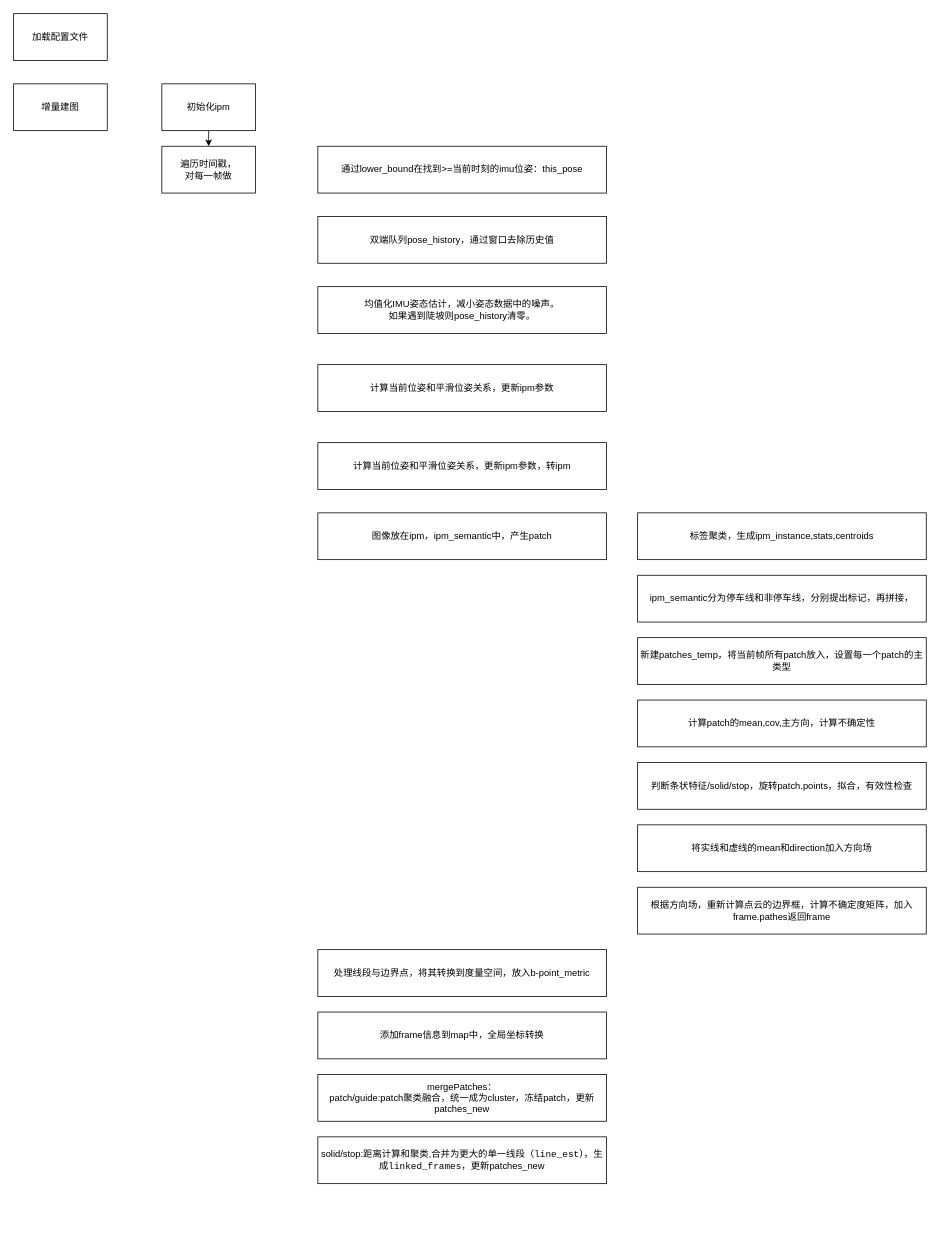
countsp/RoadLib keeps this draw.io diagram as flowchart.drawio. Above is the earlier version. Source tidied: cells renumbered, new cells numbered last; positions are measured from the earlier drawing's top-left corner, leaving out a move shared by most shapes. Both pictures are drawn from the tidied source at 78%, with x=0, y=0 at pixel (13, 13).
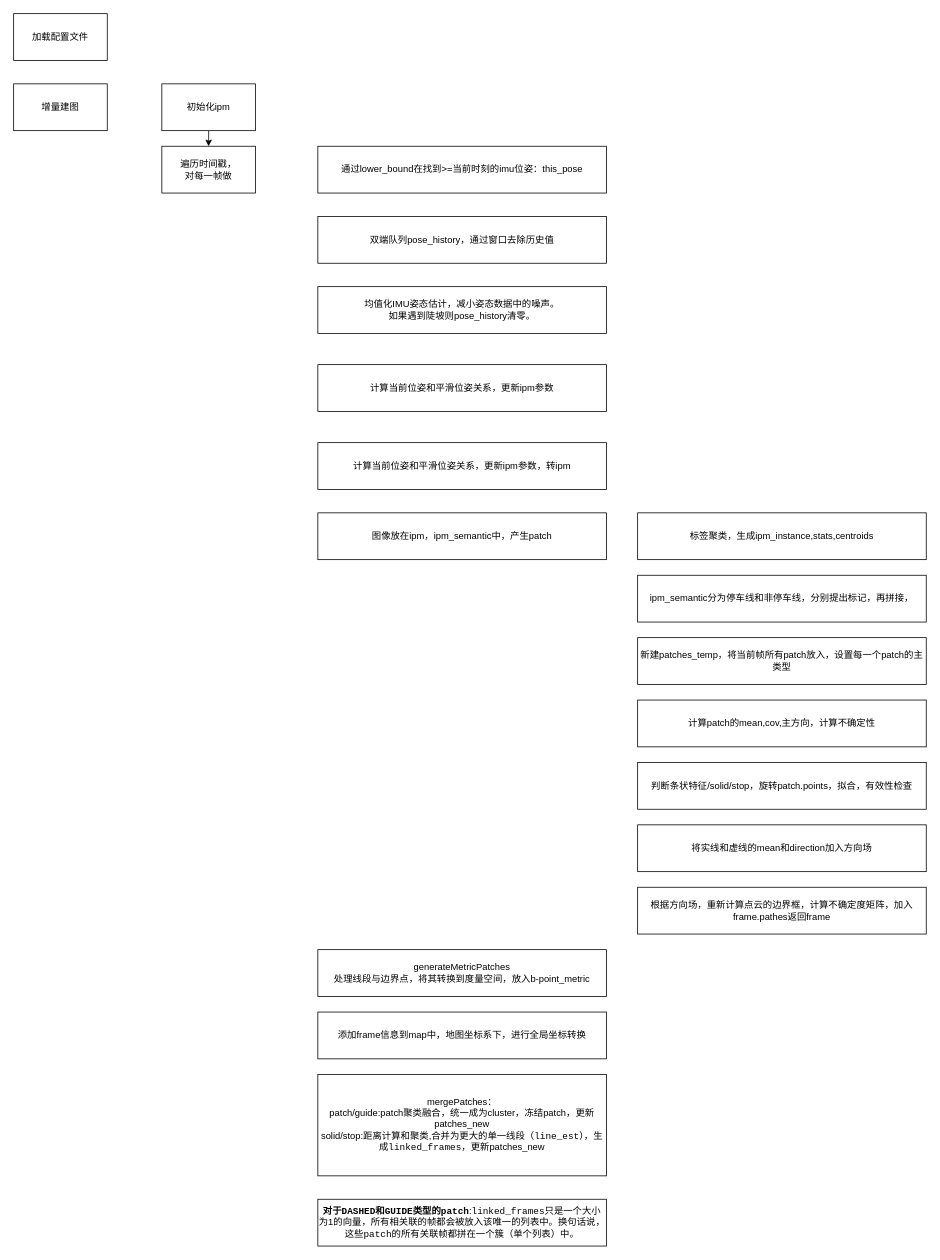
The same diagram, later.

Change to the diagram source:
```diff
@@
-    <mxCell id="20" value="处理线段与边界点，将其转换到度量空间，放入b-point_metric" style="rounded=0;whiteSpace=wrap;html=1;" parent="1" vertex="1">
+    <mxCell id="20" value="generateMetricPatches&lt;br&gt;处理线段与边界点，将其转换到度量空间，放入b-point_metric" style="rounded=0;whiteSpace=wrap;html=1;" parent="1" vertex="1">
       <mxGeometry x="390" y="1200" width="370" height="60" as="geometry" />
     </mxCell>
-    <mxCell id="21" value="添加frame信息到map中，全局坐标转换" style="rounded=0;whiteSpace=wrap;html=1;" parent="1" vertex="1">
+    <mxCell id="21" value="添加frame信息到map中，地图坐标系下，进行全局坐标转换" style="rounded=0;whiteSpace=wrap;html=1;" parent="1" vertex="1">
       <mxGeometry x="390" y="1280" width="370" height="60" as="geometry" />
     </mxCell>
-    <mxCell id="22" value="&lt;div&gt;mergePatches：&lt;/div&gt;&lt;div&gt;patch/guide:patch聚类融合，统一成为cluster，冻结patch，更新patches_new&lt;/div&gt;" style="rounded=0;whiteSpace=wrap;html=1;" parent="1" vertex="1">
-      <mxGeometry x="390" y="1360" width="370" height="60" as="geometry" />
+    <mxCell id="22" value="&lt;div&gt;mergePatches：&lt;/div&gt;&lt;div&gt;patch/guide:patch聚类融合，统一成为cluster，冻结patch，更新patches_new&lt;/div&gt;&lt;div&gt;solid/stop:距离计算和聚类,合并为更大的单一线段（&lt;code&gt;line_est&lt;/code&gt;），生成&lt;code&gt;linked_frames，&lt;/code&gt;更新patches_new&lt;/div&gt;" style="rounded=0;whiteSpace=wrap;html=1;" parent="1" vertex="1">
+      <mxGeometry x="390" y="1360" width="370" height="130" as="geometry" />
     </mxCell>
-    <mxCell id="23" value="solid/stop:距离计算和聚类,合并为更大的单一线段（&lt;code&gt;line_est&lt;/code&gt;），生成&lt;code&gt;linked_frames，&lt;/code&gt;更新patches_new" style="rounded=0;whiteSpace=wrap;html=1;" parent="1" vertex="1">
-      <mxGeometry x="390" y="1440" width="370" height="60" as="geometry" />
-    </mxCell>
+    <mxCell id="24" value="&lt;strong&gt;对于&lt;code&gt;DASHED&lt;/code&gt;和&lt;code&gt;GUIDE&lt;/code&gt;类型的&lt;code&gt;patch&lt;/code&gt;&lt;/strong&gt;:&lt;code&gt;linked_frames&lt;/code&gt;只是一个大小为1的向量，所有相关联的帧都会被放入该唯一的列表中。换句话说，这些&lt;code&gt;patch&lt;/code&gt;的所有关联帧都拼在一个簇（单个列表）中。" style="rounded=0;whiteSpace=wrap;html=1;" parent="1" vertex="1">
+      <mxGeometry x="390" y="1520" width="370" height="60" as="geometry" />
+    </mxCell>
```
